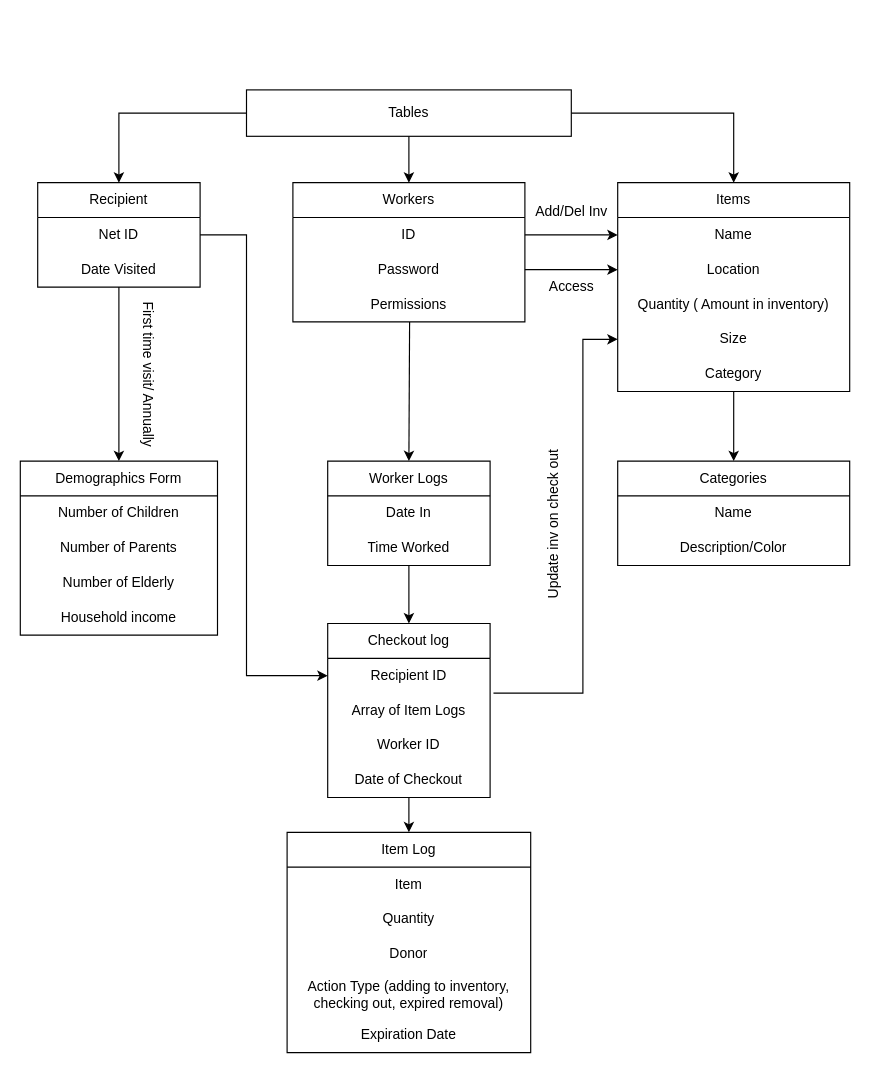
The draw.io diagram Back-End Data.drawio in UTDallasEPICS/Comet-Cupboard, before the edit. Source tidied: cells renumbered, new cells numbered last; positions are measured from the earlier drawing's top-left corner, leaving out a move shared by most shapes. Both pictures are drawn from the tidied source at 116%, with x=0, y=0 at pixel (20, 89).
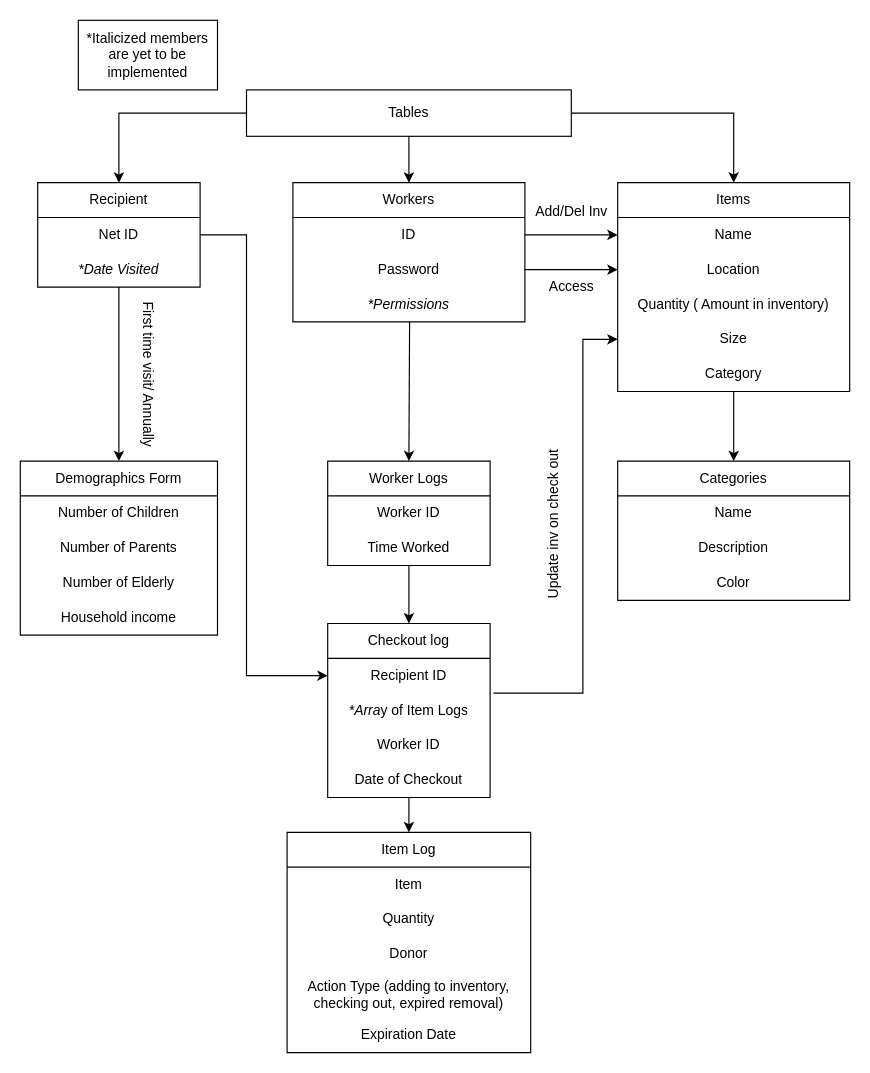
After the change.

Unchanged cells that the change refers to:
```xml
<mxCell id="17" value="Workers" style="swimlane;fontStyle=0;horizontal=1;startSize=30;whiteSpace=wrap;html=1;" parent="1" vertex="1">
  <mxGeometry x="235" y="80" width="200" height="120" as="geometry" />
</mxCell>
<mxCell id="26" value="Worker Logs" style="swimlane;fontStyle=0;horizontal=1;startSize=30;whiteSpace=wrap;html=1;" parent="1" vertex="1">
  <mxGeometry x="265" y="320" width="140" height="90" as="geometry" />
</mxCell>
<mxCell id="34" value="Recipient" style="swimlane;fontStyle=0;horizontal=1;startSize=30;whiteSpace=wrap;html=1;" parent="1" vertex="1">
  <mxGeometry x="15" y="80" width="140" height="90" as="geometry" />
</mxCell>
<mxCell id="42" value="Checkout log" style="swimlane;fontStyle=0;horizontal=1;startSize=30;whiteSpace=wrap;html=1;align=center;" parent="1" vertex="1">
  <mxGeometry x="265" y="460" width="140" height="150" as="geometry" />
</mxCell>
```

What changed in the source:
```diff
@@
-    <mxCell id="20" value="Permissions" style="text;strokeColor=none;fillColor=none;align=center;verticalAlign=middle;spacingLeft=4;spacingRight=4;overflow=hidden;points=[[0,0.5],[1,0.5]];portConstraint=eastwest;whiteSpace=wrap;html=1;" parent="17" vertex="1">
+    <mxCell id="20" value="&lt;i&gt;*Permissions&lt;/i&gt;" style="text;strokeColor=none;fillColor=none;align=center;verticalAlign=middle;spacingLeft=4;spacingRight=4;overflow=hidden;points=[[0,0.5],[1,0.5]];portConstraint=eastwest;whiteSpace=wrap;html=1;" parent="17" vertex="1">
       <mxGeometry y="90" width="200" height="30" as="geometry" />
     </mxCell>
@@
     <mxCell id="22" value="Categories" style="swimlane;fontStyle=0;horizontal=1;startSize=30;whiteSpace=wrap;html=1;" parent="1" vertex="1">
-      <mxGeometry x="515" y="320" width="200" height="90" as="geometry" />
+      <mxGeometry x="515" y="320" width="200" height="120" as="geometry" />
     </mxCell>
@@
-    <mxCell id="24" value="Description/Color" style="text;strokeColor=none;fillColor=none;align=center;verticalAlign=middle;spacingLeft=4;spacingRight=4;overflow=hidden;whiteSpace=wrap;html=1;" parent="22" vertex="1">
+    <mxCell id="24" value="Description" style="text;strokeColor=none;fillColor=none;align=center;verticalAlign=middle;spacingLeft=4;spacingRight=4;overflow=hidden;whiteSpace=wrap;html=1;" parent="22" vertex="1">
       <mxGeometry y="60" width="200" height="30" as="geometry" />
     </mxCell>
+    <mxCell id="54" value="Color" style="text;strokeColor=none;fillColor=none;align=center;verticalAlign=middle;spacingLeft=4;spacingRight=4;overflow=hidden;whiteSpace=wrap;html=1;" parent="22" vertex="1">
+      <mxGeometry y="90" width="200" height="30" as="geometry" />
+    </mxCell>
@@
-    <mxCell id="27" value="Date In" style="text;strokeColor=none;fillColor=none;align=center;verticalAlign=middle;spacingLeft=4;spacingRight=4;overflow=hidden;whiteSpace=wrap;html=1;" parent="26" vertex="1">
+    <mxCell id="27" value="Worker ID" style="text;strokeColor=none;fillColor=none;align=center;verticalAlign=middle;spacingLeft=4;spacingRight=4;overflow=hidden;whiteSpace=wrap;html=1;" parent="26" vertex="1">
       <mxGeometry y="30" width="140" height="30" as="geometry" />
     </mxCell>
@@
-    <mxCell id="36" value="Date Visited" style="text;strokeColor=none;fillColor=none;align=center;verticalAlign=middle;spacingLeft=4;spacingRight=4;overflow=hidden;points=[[0,0.5],[1,0.5]];portConstraint=eastwest;whiteSpace=wrap;html=1;" parent="34" vertex="1">
+    <mxCell id="36" value="&lt;i&gt;*Date Visited&lt;/i&gt;" style="text;strokeColor=none;fillColor=none;align=center;verticalAlign=middle;spacingLeft=4;spacingRight=4;overflow=hidden;points=[[0,0.5],[1,0.5]];portConstraint=eastwest;whiteSpace=wrap;html=1;" parent="34" vertex="1">
       <mxGeometry y="60" width="140" height="30" as="geometry" />
     </mxCell>
@@
-    <mxCell id="44" value="Array of Item Logs" style="text;strokeColor=none;fillColor=none;align=center;verticalAlign=middle;spacingLeft=4;spacingRight=4;overflow=hidden;whiteSpace=wrap;html=1;" parent="42" vertex="1">
+    <mxCell id="44" value="&lt;i&gt;*Arra&lt;/i&gt;y of Item Logs" style="text;strokeColor=none;fillColor=none;align=center;verticalAlign=middle;spacingLeft=4;spacingRight=4;overflow=hidden;whiteSpace=wrap;html=1;" parent="42" vertex="1">
       <mxGeometry y="60" width="140" height="30" as="geometry" />
     </mxCell>
@@
+    <mxCell id="55" value="*Italicized members are yet to be implemented" style="rounded=0;whiteSpace=wrap;html=1;" parent="1" vertex="1">
+      <mxGeometry x="50" y="-60" width="120" height="60" as="geometry" />
+    </mxCell>
```
